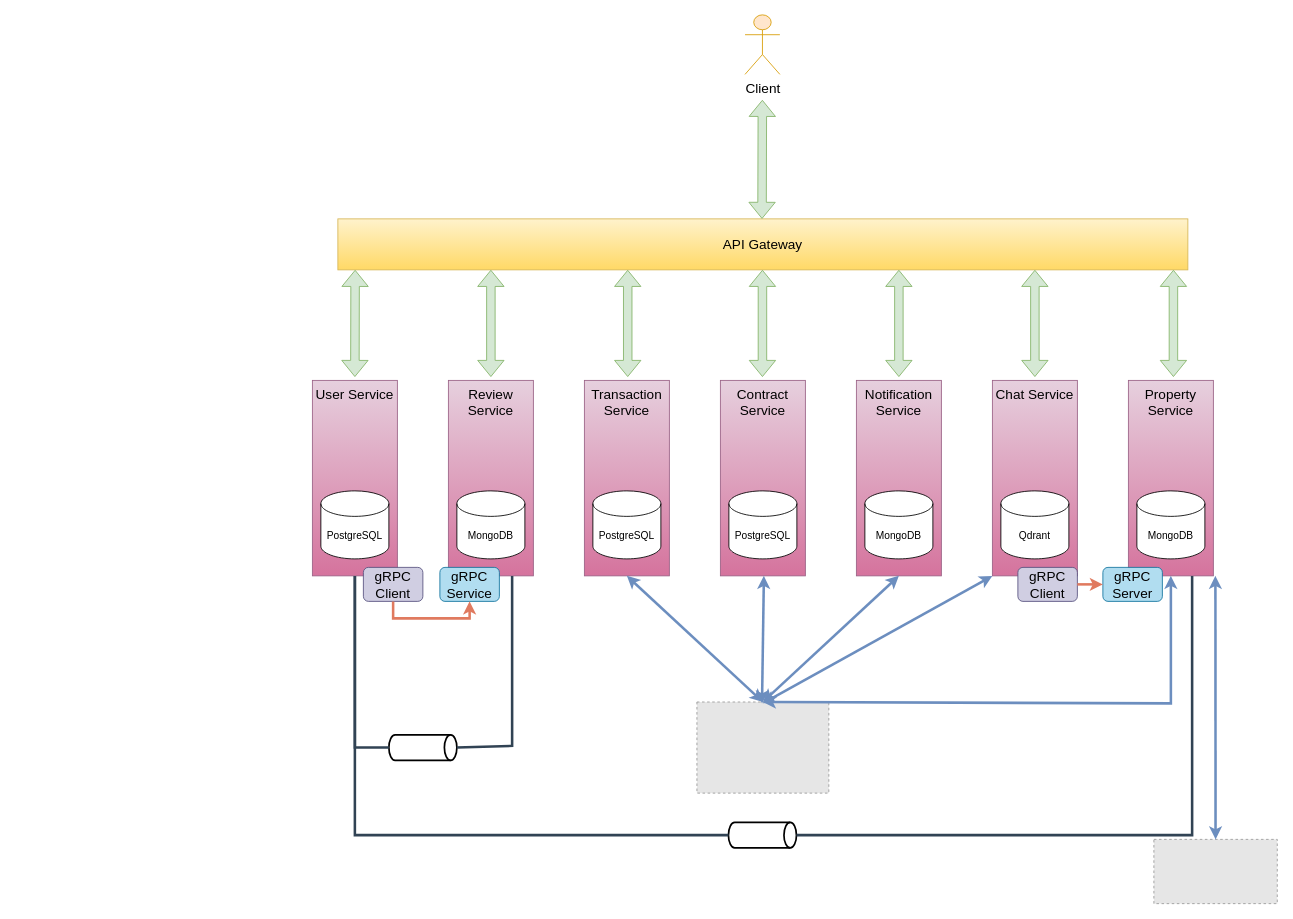
Earlier version of the draw.io diagram docs/KLTN_Architecture.drawio (thaoanhhaa1/kltn-backend). Source tidied: cells renumbered, new cells numbered last; positions are measured from the earlier drawing's top-left corner, leaving out a move shared by most shapes. Both pictures are drawn from the tidied source at 85%, with x=0, y=0 at pixel (312, 14). Pictures stored in the file or linked from it are replaced by grey dashed boxes.
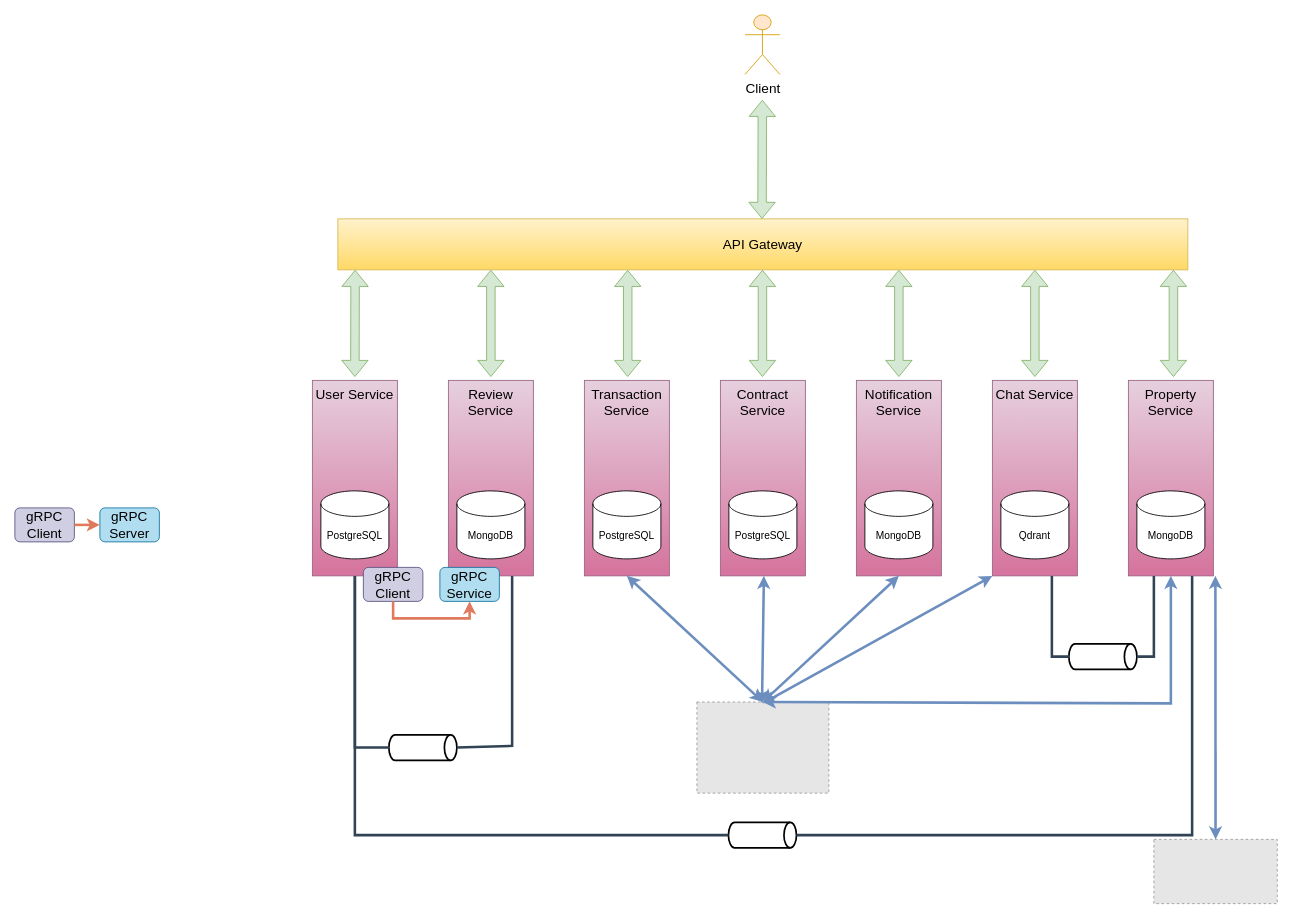
The same diagram, later.

Change to the diagram source:
```diff
@@
     <mxCell id="26" value="gRPC Client" style="rounded=1;whiteSpace=wrap;html=1;strokeColor=#56517e;fillColor=#d0cee2;fontSize=16;" parent="1" vertex="1">
-      <mxGeometry x="830" y="650" width="70" height="40" as="geometry" />
+      <mxGeometry x="-350" y="580" width="70" height="40" as="geometry" />
     </mxCell>
     <mxCell id="27" value="gRPC Server" style="rounded=1;whiteSpace=wrap;html=1;strokeColor=#10739e;fillColor=#b1ddf0;fontSize=16;" parent="1" vertex="1">
-      <mxGeometry x="930" y="650" width="70" height="40" as="geometry" />
+      <mxGeometry x="-250" y="580" width="70" height="40" as="geometry" />
     </mxCell>
@@
+    <mxCell id="46" style="strokeWidth=2;html=1;shape=mxgraph.flowchart.direct_data;whiteSpace=wrap;" parent="1" vertex="1">
+      <mxGeometry x="890" y="740" width="80" height="30" as="geometry" />
+    </mxCell>
+    <mxCell id="47" style="endArrow=none;html=1;rounded=0;strokeWidth=3;entryX=0.75;entryY=1;entryDx=0;entryDy=0;fillColor=#647687;strokeColor=#314354;exitX=1;exitY=0.5;exitDx=0;exitDy=0;exitPerimeter=0;" parent="1" edge="1" source="46">
+      <mxGeometry relative="1" as="geometry">
+        <mxPoint x="990" y="660" as="targetPoint" />
+        <Array as="points">
+          <mxPoint x="990" y="755" />
+        </Array>
+      </mxGeometry>
+    </mxCell>
+    <mxCell id="48" style="endArrow=none;html=1;rounded=0;strokeWidth=3;entryX=0.75;entryY=1;entryDx=0;entryDy=0;fillColor=#647687;strokeColor=#314354;exitX=0;exitY=0.5;exitDx=0;exitDy=0;exitPerimeter=0;" parent="1" edge="1" source="46">
+      <mxGeometry relative="1" as="geometry">
+        <mxPoint x="870" y="660" as="targetPoint" />
+        <Array as="points">
+          <mxPoint x="870" y="755" />
+        </Array>
+      </mxGeometry>
+    </mxCell>
```
